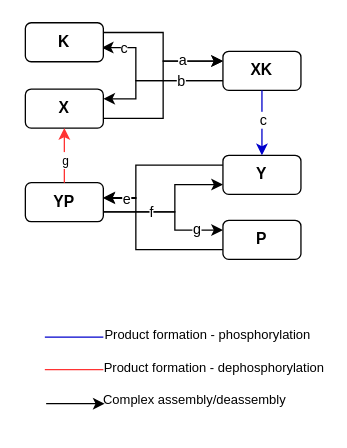
explodecomputer/DynaMR keeps this draw.io diagram as diagrams/Model1.drawio. Above is the earlier version. Source tidied: cells renumbered, new cells numbered last; positions are measured from the earlier drawing's top-left corner, leaving out a move shared by most shapes. Both pictures are drawn from the tidied source at 130%, with x=0, y=0 at pixel (25, 22).
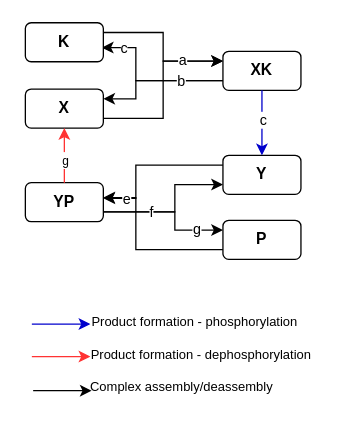
Above is the later version.

Change to the diagram source:
```diff
@@
     <mxCell id="2" value="&lt;div class=&quot;page&quot; title=&quot;Page 1&quot;&gt;&lt;div class=&quot;section&quot; style=&quot;background-color: rgb(255 , 255 , 255)&quot;&gt;&lt;div class=&quot;layoutArea&quot;&gt;&lt;div class=&quot;column&quot;&gt;&lt;p&gt;&lt;span style=&quot;font-family: &amp;#34;calibri&amp;#34;&quot;&gt;&lt;font style=&quot;font-size: 10px&quot;&gt;Complex assembly/deassembly&lt;/font&gt;&lt;/span&gt;&lt;/p&gt;&lt;/div&gt;&lt;/div&gt;&lt;/div&gt;&lt;/div&gt;" style="text;html=1;align=center;verticalAlign=middle;strokeColor=none;" parent="1" vertex="1">
-      <mxGeometry x="60" y="270" width="140" height="40" as="geometry" />
+      <mxGeometry x="50" y="260" width="140" height="40" as="geometry" />
     </mxCell>
     <mxCell id="3" value="&lt;div class=&quot;page&quot; title=&quot;Page 1&quot;&gt;&lt;div class=&quot;section&quot; style=&quot;background-color: rgb(255 , 255 , 255)&quot;&gt;&lt;div class=&quot;layoutArea&quot;&gt;&lt;div class=&quot;column&quot;&gt;&lt;p&gt;&lt;span style=&quot;font-family: &amp;#34;calibri&amp;#34;&quot;&gt;&lt;font style=&quot;font-size: 10px&quot;&gt;Product formation - phosphorylation&lt;/font&gt;&lt;/span&gt;&lt;/p&gt;&lt;/div&gt;&lt;/div&gt;&lt;/div&gt;&lt;/div&gt;" style="text;html=1;align=center;verticalAlign=middle;strokeColor=none;" parent="1" vertex="1">
-      <mxGeometry x="60" y="220" width="160" height="40" as="geometry" />
+      <mxGeometry x="50" y="210" width="160" height="40" as="geometry" />
     </mxCell>
     <mxCell id="4" value="&lt;div class=&quot;page&quot; title=&quot;Page 1&quot;&gt;&lt;div class=&quot;section&quot; style=&quot;background-color: rgb(255 , 255 , 255)&quot;&gt;&lt;div class=&quot;layoutArea&quot;&gt;&lt;div class=&quot;column&quot;&gt;&lt;p&gt;&lt;span style=&quot;font-family: &amp;#34;calibri&amp;#34; ; font-size: 10px&quot;&gt;Product formation -&lt;/span&gt;&lt;span style=&quot;font-family: &amp;#34;calibri&amp;#34; ; font-size: 10px&quot;&gt;&amp;nbsp;d&lt;/span&gt;&lt;span style=&quot;font-family: &amp;#34;calibri&amp;#34;&quot;&gt;&lt;font style=&quot;font-size: 10px&quot;&gt;ephosphorylation&lt;/font&gt;&lt;/span&gt;&lt;/p&gt;&lt;/div&gt;&lt;/div&gt;&lt;/div&gt;&lt;/div&gt;" style="text;html=1;align=center;verticalAlign=middle;strokeColor=none;" parent="1" vertex="1">
-      <mxGeometry x="60" y="245" width="170" height="40" as="geometry" />
+      <mxGeometry x="50" y="235" width="170" height="40" as="geometry" />
     </mxCell>
     <mxCell id="5" style="edgeStyle=orthogonalEdgeStyle;rounded=0;orthogonalLoop=1;jettySize=auto;html=1;endArrow=classic;endFill=1;" parent="1" edge="1">
       <mxGeometry relative="1" as="geometry">
-        <mxPoint x="16" y="293" as="sourcePoint" />
-        <mxPoint x="61" y="293" as="targetPoint" />
+        <mxPoint x="6" y="283" as="sourcePoint" />
+        <mxPoint x="51" y="283" as="targetPoint" />
         <Array as="points">
-          <mxPoint x="26" y="293" />
-          <mxPoint x="26" y="293" />
+          <mxPoint x="16" y="283" />
+          <mxPoint x="16" y="283" />
         </Array>
       </mxGeometry>
     </mxCell>
-    <mxCell id="6" style="edgeStyle=orthogonalEdgeStyle;rounded=0;orthogonalLoop=1;jettySize=auto;html=1;endArrow=none;endFill=0;strokeColor=#0000CC;" parent="1" edge="1">
+    <mxCell id="6" style="edgeStyle=orthogonalEdgeStyle;rounded=0;orthogonalLoop=1;jettySize=auto;html=1;endArrow=classic;endFill=1;strokeColor=#0000CC;" parent="1" edge="1">
       <mxGeometry relative="1" as="geometry">
-        <mxPoint x="15" y="241.8" as="sourcePoint" />
-        <mxPoint x="60" y="241.8" as="targetPoint" />
+        <mxPoint x="5" y="231.8" as="sourcePoint" />
+        <mxPoint x="50" y="231.8" as="targetPoint" />
         <Array as="points">
-          <mxPoint x="25" y="241.8" />
-          <mxPoint x="25" y="241.8" />
+          <mxPoint x="15" y="231.8" />
+          <mxPoint x="15" y="231.8" />
         </Array>
       </mxGeometry>
     </mxCell>
-    <mxCell id="7" style="edgeStyle=orthogonalEdgeStyle;rounded=0;orthogonalLoop=1;jettySize=auto;html=1;endArrow=none;endFill=0;strokeColor=#FF3333;" parent="1" edge="1">
+    <mxCell id="7" style="edgeStyle=orthogonalEdgeStyle;rounded=0;orthogonalLoop=1;jettySize=auto;html=1;endArrow=classic;endFill=1;strokeColor=#FF3333;" parent="1" edge="1">
       <mxGeometry relative="1" as="geometry">
-        <mxPoint x="15" y="266.8" as="sourcePoint" />
-        <mxPoint x="60" y="266.8" as="targetPoint" />
+        <mxPoint x="5" y="256.8" as="sourcePoint" />
+        <mxPoint x="50" y="256.8" as="targetPoint" />
         <Array as="points">
-          <mxPoint x="25" y="266.8" />
-          <mxPoint x="25" y="266.8" />
+          <mxPoint x="15" y="256.8" />
+          <mxPoint x="15" y="256.8" />
         </Array>
       </mxGeometry>
     </mxCell>
```
